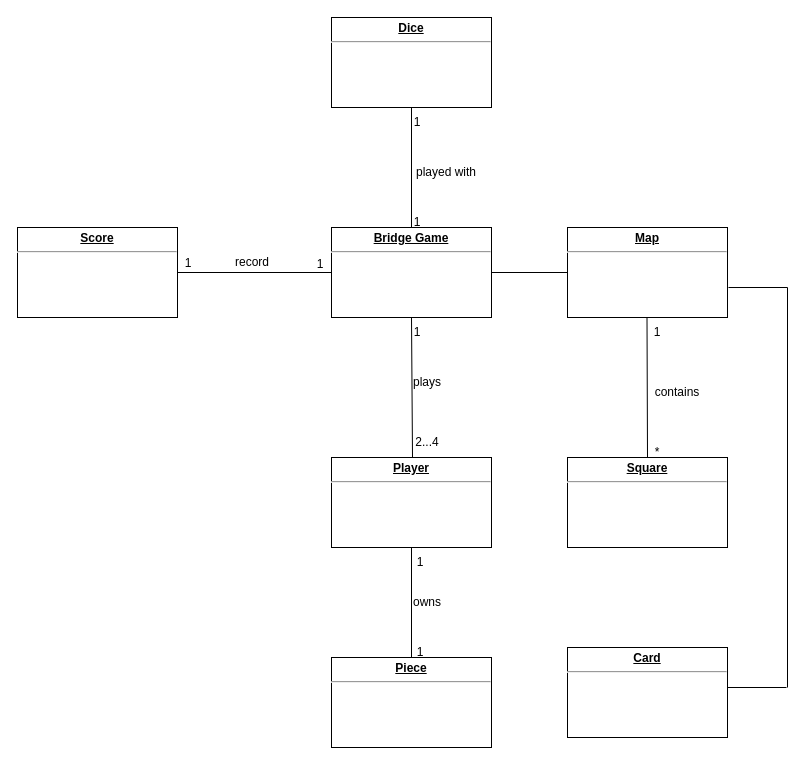
iGH01gi/SE_Term_Project keeps this draw.io diagram as diagram/DomainModel.drawio. Above is the earlier version. Source tidied: cells renumbered, new cells numbered last; positions are measured from the earlier drawing's top-left corner, leaving out a move shared by most shapes. Both pictures are drawn from the tidied source at 100%, with x=0, y=0 at pixel (17, 17).
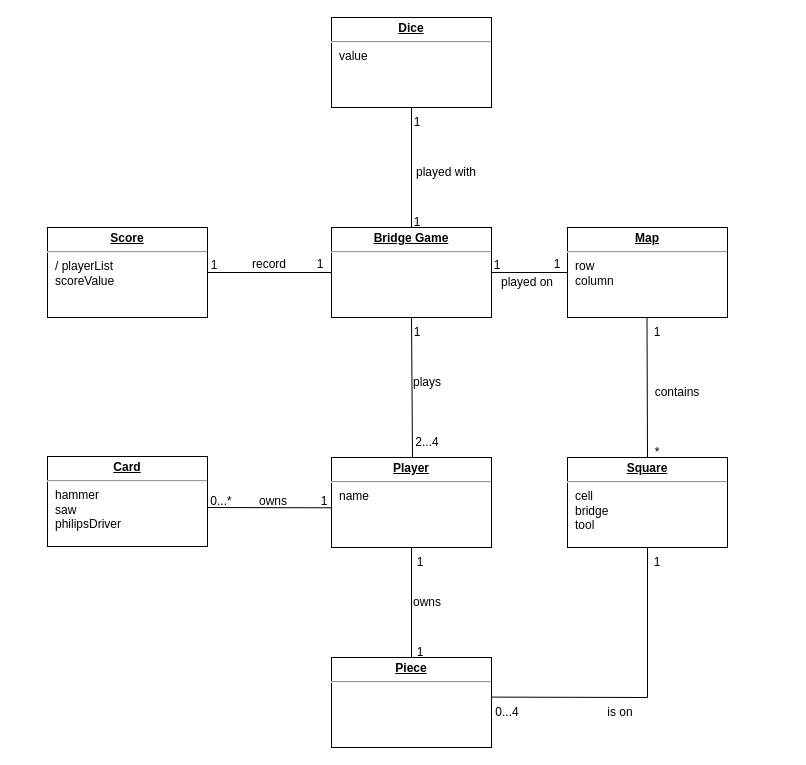
The same diagram, later.

Unchanged cells that the change refers to:
```xml
<mxCell id="17" value="&lt;p style=&quot;margin:0px;margin-top:4px;text-align:center;text-decoration:underline;&quot;&gt;&lt;b&gt;Piece&lt;/b&gt;&lt;/p&gt;&lt;hr&gt;&lt;p style=&quot;margin:0px;margin-left:8px;&quot;&gt;&lt;br&gt;&lt;/p&gt;" style="verticalAlign=top;align=left;overflow=fill;fontSize=12;fontFamily=Helvetica;html=1;" parent="1" vertex="1">
  <mxGeometry x="314" y="640" width="160" height="90" as="geometry" />
</mxCell>
```

Diff of the diagram source:
```diff
@@
-    <mxCell id="2" value="&lt;p style=&quot;margin:0px;margin-top:4px;text-align:center;text-decoration:underline;&quot;&gt;&lt;b&gt;Player&lt;/b&gt;&lt;/p&gt;&lt;hr&gt;&lt;p style=&quot;margin:0px;margin-left:8px;&quot;&gt;&lt;br&gt;&lt;/p&gt;" style="verticalAlign=top;align=left;overflow=fill;fontSize=12;fontFamily=Helvetica;html=1;" parent="1" vertex="1">
+    <mxCell id="2" value="&lt;p style=&quot;margin:0px;margin-top:4px;text-align:center;text-decoration:underline;&quot;&gt;&lt;b&gt;Player&lt;/b&gt;&lt;/p&gt;&lt;hr&gt;&lt;p style=&quot;margin:0px;margin-left:8px;&quot;&gt;name&lt;/p&gt;&lt;p style=&quot;margin:0px;margin-left:8px;&quot;&gt;&lt;br&gt;&lt;/p&gt;" style="verticalAlign=top;align=left;overflow=fill;fontSize=12;fontFamily=Helvetica;html=1;" parent="1" vertex="1">
       <mxGeometry x="314" y="440" width="160" height="90" as="geometry" />
     </mxCell>
-    <mxCell id="3" value="&lt;p style=&quot;margin:0px;margin-top:4px;text-align:center;text-decoration:underline;&quot;&gt;&lt;b&gt;Dice&lt;/b&gt;&lt;/p&gt;&lt;hr&gt;&lt;p style=&quot;margin:0px;margin-left:8px;&quot;&gt;&lt;br&gt;&lt;/p&gt;" style="verticalAlign=top;align=left;overflow=fill;fontSize=12;fontFamily=Helvetica;html=1;" parent="1" vertex="1">
+    <mxCell id="3" value="&lt;p style=&quot;margin:0px;margin-top:4px;text-align:center;text-decoration:underline;&quot;&gt;&lt;b&gt;Dice&lt;/b&gt;&lt;/p&gt;&lt;hr&gt;&lt;p style=&quot;margin:0px;margin-left:8px;&quot;&gt;value&lt;/p&gt;" style="verticalAlign=top;align=left;overflow=fill;fontSize=12;fontFamily=Helvetica;html=1;" parent="1" vertex="1">
       <mxGeometry x="314" width="160" height="90" as="geometry" />
     </mxCell>
-    <mxCell id="4" value="&lt;p style=&quot;margin:0px;margin-top:4px;text-align:center;text-decoration:underline;&quot;&gt;&lt;b&gt;Card&lt;/b&gt;&lt;/p&gt;&lt;hr&gt;&lt;p style=&quot;margin:0px;margin-left:8px;&quot;&gt;&lt;br&gt;&lt;/p&gt;" style="verticalAlign=top;align=left;overflow=fill;fontSize=12;fontFamily=Helvetica;html=1;" parent="1" vertex="1">
-      <mxGeometry x="550" y="630" width="160" height="90" as="geometry" />
+    <mxCell id="4" value="&lt;p style=&quot;margin:0px;margin-top:4px;text-align:center;text-decoration:underline;&quot;&gt;&lt;b&gt;Card&lt;/b&gt;&lt;/p&gt;&lt;hr&gt;&lt;p style=&quot;margin:0px;margin-left:8px;&quot;&gt;hammer&lt;/p&gt;&lt;p style=&quot;margin:0px;margin-left:8px;&quot;&gt;saw&lt;/p&gt;&lt;p style=&quot;margin:0px;margin-left:8px;&quot;&gt;philipsDriver&lt;/p&gt;" style="verticalAlign=top;align=left;overflow=fill;fontSize=12;fontFamily=Helvetica;html=1;" parent="1" vertex="1">
+      <mxGeometry x="30" y="439" width="160" height="90" as="geometry" />
     </mxCell>
-    <mxCell id="5" value="&lt;p style=&quot;margin:0px;margin-top:4px;text-align:center;text-decoration:underline;&quot;&gt;&lt;b&gt;Bridge Game&lt;/b&gt;&lt;/p&gt;&lt;hr&gt;&lt;p style=&quot;margin:0px;margin-left:8px;&quot;&gt;&lt;br&gt;&lt;/p&gt;" style="verticalAlign=top;align=left;overflow=fill;fontSize=12;fontFamily=Helvetica;html=1;" parent="1" vertex="1">
+    <mxCell id="5" value="&lt;p style=&quot;margin:0px;margin-top:4px;text-align:center;text-decoration:underline;&quot;&gt;&lt;b&gt;Bridge Game&lt;/b&gt;&lt;/p&gt;&lt;hr&gt;&lt;p style=&quot;margin:0px;margin-left:8px;&quot;&gt;&lt;br&gt;&lt;/p&gt;&lt;p style=&quot;margin:0px;margin-left:8px;&quot;&gt;&lt;br&gt;&lt;/p&gt;" style="verticalAlign=top;align=left;overflow=fill;fontSize=12;fontFamily=Helvetica;html=1;" parent="1" vertex="1">
       <mxGeometry x="314" y="210" width="160" height="90" as="geometry" />
     </mxCell>
@@
-    <mxCell id="9" style="endArrow=none;html=1;rounded=0;exitX=1;exitY=0.5;exitDx=0;exitDy=0;entryX=0;entryY=0.5;entryDx=0;entryDy=0;" parent="1" edge="1" source="22" target="5">
-      <mxGeometry relative="1" as="geometry" />
+    <mxCell id="9" style="endArrow=none;html=1;rounded=0;entryX=0;entryY=0.5;entryDx=0;entryDy=0;" parent="1" edge="1" target="5">
+      <mxGeometry relative="1" as="geometry">
+        <mxPoint x="190" y="255" as="sourcePoint" />
+      </mxGeometry>
     </mxCell>
@@
-    <mxCell id="21" value="&lt;p style=&quot;margin:0px;margin-top:4px;text-align:center;text-decoration:underline;&quot;&gt;&lt;b&gt;Map&lt;/b&gt;&lt;/p&gt;&lt;hr&gt;&lt;p style=&quot;margin:0px;margin-left:8px;&quot;&gt;&lt;br&gt;&lt;/p&gt;" style="verticalAlign=top;align=left;overflow=fill;fontSize=12;fontFamily=Helvetica;html=1;" parent="1" vertex="1">
+    <mxCell id="21" value="&lt;p style=&quot;margin:0px;margin-top:4px;text-align:center;text-decoration:underline;&quot;&gt;&lt;b&gt;Map&lt;/b&gt;&lt;/p&gt;&lt;hr&gt;&lt;p style=&quot;margin:0px;margin-left:8px;&quot;&gt;row&lt;/p&gt;&lt;p style=&quot;margin:0px;margin-left:8px;&quot;&gt;column&lt;/p&gt;" style="verticalAlign=top;align=left;overflow=fill;fontSize=12;fontFamily=Helvetica;html=1;" parent="1" vertex="1">
       <mxGeometry x="550" y="210" width="160" height="90" as="geometry" />
     </mxCell>
-    <mxCell id="22" value="&lt;p style=&quot;margin:0px;margin-top:4px;text-align:center;text-decoration:underline;&quot;&gt;&lt;b&gt;Score&lt;/b&gt;&lt;/p&gt;&lt;hr&gt;&lt;p style=&quot;margin:0px;margin-left:8px;&quot;&gt;&lt;br&gt;&lt;/p&gt;" style="verticalAlign=top;align=left;overflow=fill;fontSize=12;fontFamily=Helvetica;html=1;" parent="1" vertex="1">
-      <mxGeometry y="210" width="160" height="90" as="geometry" />
+    <mxCell id="22" value="&lt;p style=&quot;margin:0px;margin-top:4px;text-align:center;text-decoration:underline;&quot;&gt;&lt;b&gt;Score&lt;/b&gt;&lt;/p&gt;&lt;hr&gt;&lt;p style=&quot;margin:0px;margin-left:8px;&quot;&gt;/ playerList&lt;/p&gt;&lt;p style=&quot;margin:0px;margin-left:8px;&quot;&gt;scoreValue&lt;/p&gt;" style="verticalAlign=top;align=left;overflow=fill;fontSize=12;fontFamily=Helvetica;html=1;" parent="1" vertex="1">
+      <mxGeometry x="30" y="210" width="160" height="90" as="geometry" />
     </mxCell>
-    <mxCell id="23" value="&lt;p style=&quot;margin:0px;margin-top:4px;text-align:center;text-decoration:underline;&quot;&gt;&lt;b&gt;Square&lt;/b&gt;&lt;/p&gt;&lt;hr&gt;&lt;p style=&quot;margin:0px;margin-left:8px;&quot;&gt;&lt;br&gt;&lt;/p&gt;" style="verticalAlign=top;align=left;overflow=fill;fontSize=12;fontFamily=Helvetica;html=1;" parent="1" vertex="1">
+    <mxCell id="23" value="&lt;p style=&quot;margin:0px;margin-top:4px;text-align:center;text-decoration:underline;&quot;&gt;&lt;b&gt;Square&lt;/b&gt;&lt;/p&gt;&lt;hr&gt;&lt;p style=&quot;margin:0px;margin-left:8px;&quot;&gt;cell&lt;/p&gt;&lt;p style=&quot;margin:0px;margin-left:8px;&quot;&gt;bridge&lt;/p&gt;&lt;p style=&quot;margin:0px;margin-left:8px;&quot;&gt;tool&lt;/p&gt;" style="verticalAlign=top;align=left;overflow=fill;fontSize=12;fontFamily=Helvetica;html=1;" parent="1" vertex="1">
       <mxGeometry x="550" y="440" width="160" height="90" as="geometry" />
     </mxCell>
@@
     <mxCell id="28" value="record" style="text;html=1;strokeColor=none;fillColor=none;align=center;verticalAlign=middle;whiteSpace=wrap;rounded=0;" parent="1" vertex="1">
-      <mxGeometry x="190" y="230" width="90" height="30" as="geometry" />
+      <mxGeometry x="207" y="232" width="90" height="30" as="geometry" />
     </mxCell>
@@
     <mxCell id="30" value="1" style="text;html=1;strokeColor=none;fillColor=none;align=center;verticalAlign=middle;whiteSpace=wrap;rounded=0;" parent="1" vertex="1">
-      <mxGeometry x="156" y="236" width="30" height="20" as="geometry" />
+      <mxGeometry x="182" y="238" width="30" height="20" as="geometry" />
     </mxCell>
-    <mxCell id="31" style="endArrow=none;html=1;rounded=0;" parent="1" edge="1">
-      <mxGeometry relative="1" as="geometry">
-        <mxPoint x="770" y="670" as="sourcePoint" />
-        <mxPoint x="770" y="270" as="targetPoint" />
-      </mxGeometry>
-    </mxCell>
-    <mxCell id="32" style="endArrow=none;html=1;rounded=0;exitX=1.006;exitY=0.667;exitDx=0;exitDy=0;exitPerimeter=0;" parent="1" edge="1" source="21">
-      <mxGeometry relative="1" as="geometry">
-        <mxPoint x="770" y="270" as="targetPoint" />
-      </mxGeometry>
-    </mxCell>
-    <mxCell id="33" style="endArrow=none;html=1;rounded=0;" parent="1" edge="1">
-      <mxGeometry relative="1" as="geometry">
-        <mxPoint x="710" y="670" as="sourcePoint" />
-        <mxPoint x="769" y="670" as="targetPoint" />
-      </mxGeometry>
-    </mxCell>
+    <mxCell id="34" value="1" style="text;html=1;strokeColor=none;fillColor=none;align=center;verticalAlign=middle;whiteSpace=wrap;rounded=0;" parent="1" vertex="1">
+      <mxGeometry x="510" y="232" width="60" height="30" as="geometry" />
+    </mxCell>
+    <mxCell id="35" value="1" style="text;html=1;strokeColor=none;fillColor=none;align=center;verticalAlign=middle;whiteSpace=wrap;rounded=0;" parent="1" vertex="1">
+      <mxGeometry x="450" y="233" width="60" height="30" as="geometry" />
+    </mxCell>
+    <mxCell id="36" value="played on" style="text;html=1;strokeColor=none;fillColor=none;align=center;verticalAlign=middle;whiteSpace=wrap;rounded=0;" parent="1" vertex="1">
+      <mxGeometry x="480" y="250" width="60" height="30" as="geometry" />
+    </mxCell>
+    <mxCell id="37" style="endArrow=none;html=1;rounded=0;entryX=0.5;entryY=1;entryDx=0;entryDy=0;" parent="1" edge="1" target="23">
+      <mxGeometry relative="1" as="geometry">
+        <mxPoint x="630" y="680" as="sourcePoint" />
+      </mxGeometry>
+    </mxCell>
+    <mxCell id="38" style="endArrow=none;html=1;rounded=0;exitX=0.996;exitY=0.44;exitDx=0;exitDy=0;exitPerimeter=0;" parent="1" edge="1" source="17">
+      <mxGeometry relative="1" as="geometry">
+        <mxPoint x="630" y="680" as="targetPoint" />
+      </mxGeometry>
+    </mxCell>
+    <mxCell id="39" value="0...4" style="text;html=1;strokeColor=none;fillColor=none;align=center;verticalAlign=middle;whiteSpace=wrap;rounded=0;" parent="1" vertex="1">
+      <mxGeometry x="460" y="680" width="60" height="30" as="geometry" />
+    </mxCell>
+    <mxCell id="40" value="1" style="text;html=1;strokeColor=none;fillColor=none;align=center;verticalAlign=middle;whiteSpace=wrap;rounded=0;" parent="1" vertex="1">
+      <mxGeometry x="625" y="530" width="30" height="30" as="geometry" />
+    </mxCell>
+    <mxCell id="41" value="is on" style="text;html=1;strokeColor=none;fillColor=none;align=center;verticalAlign=middle;whiteSpace=wrap;rounded=0;" parent="1" vertex="1">
+      <mxGeometry x="581" y="680" width="44" height="30" as="geometry" />
+    </mxCell>
+    <mxCell id="42" style="endArrow=none;html=1;rounded=0;entryX=0.005;entryY=0.559;entryDx=0;entryDy=0;entryPerimeter=0;" parent="1" edge="1" target="2">
+      <mxGeometry relative="1" as="geometry">
+        <mxPoint x="190" y="490" as="sourcePoint" />
+      </mxGeometry>
+    </mxCell>
+    <mxCell id="43" value="1" style="text;html=1;strokeColor=none;fillColor=none;align=center;verticalAlign=middle;whiteSpace=wrap;rounded=0;" parent="1" vertex="1">
+      <mxGeometry x="292" y="469" width="30" height="30" as="geometry" />
+    </mxCell>
+    <mxCell id="44" value="0...*" style="text;html=1;strokeColor=none;fillColor=none;align=center;verticalAlign=middle;whiteSpace=wrap;rounded=0;" parent="1" vertex="1">
+      <mxGeometry x="174" y="469" width="60" height="30" as="geometry" />
+    </mxCell>
+    <mxCell id="45" value="owns" style="text;html=1;strokeColor=none;fillColor=none;align=center;verticalAlign=middle;whiteSpace=wrap;rounded=0;" parent="1" vertex="1">
+      <mxGeometry x="234" y="469" width="44" height="30" as="geometry" />
+    </mxCell>
```
